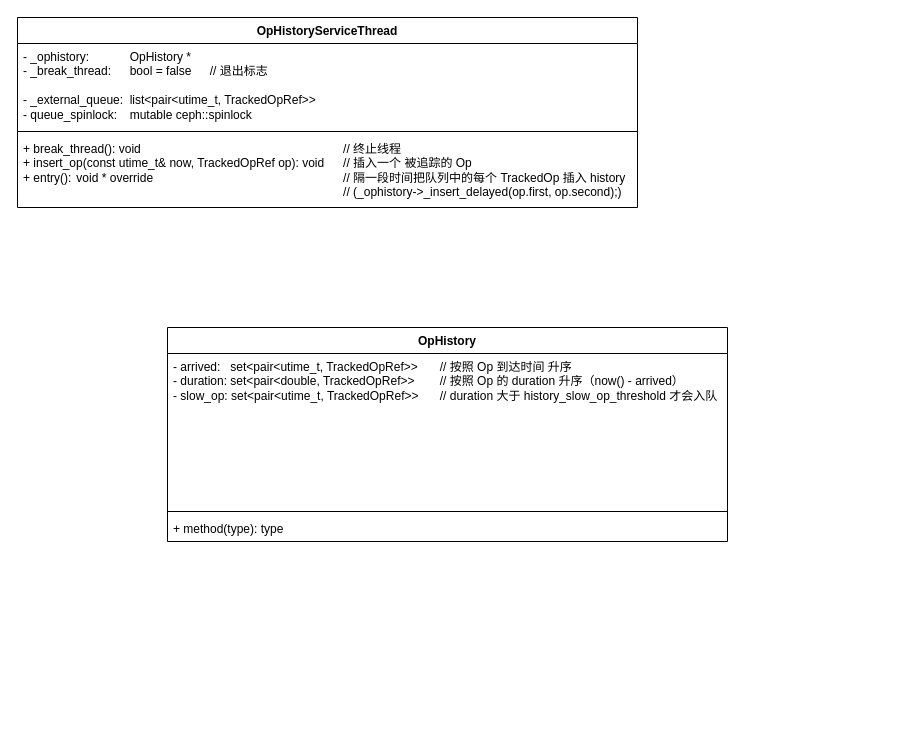
1253757553/drawIO keeps this draw.io diagram as OpTracker.drawio. Above is the earlier version. Source tidied: cells renumbered, new cells numbered last; positions are measured from the earlier drawing's top-left corner, leaving out a move shared by most shapes. Both pictures are drawn from the tidied source at 100%, with x=0, y=0 at pixel (17, 17).
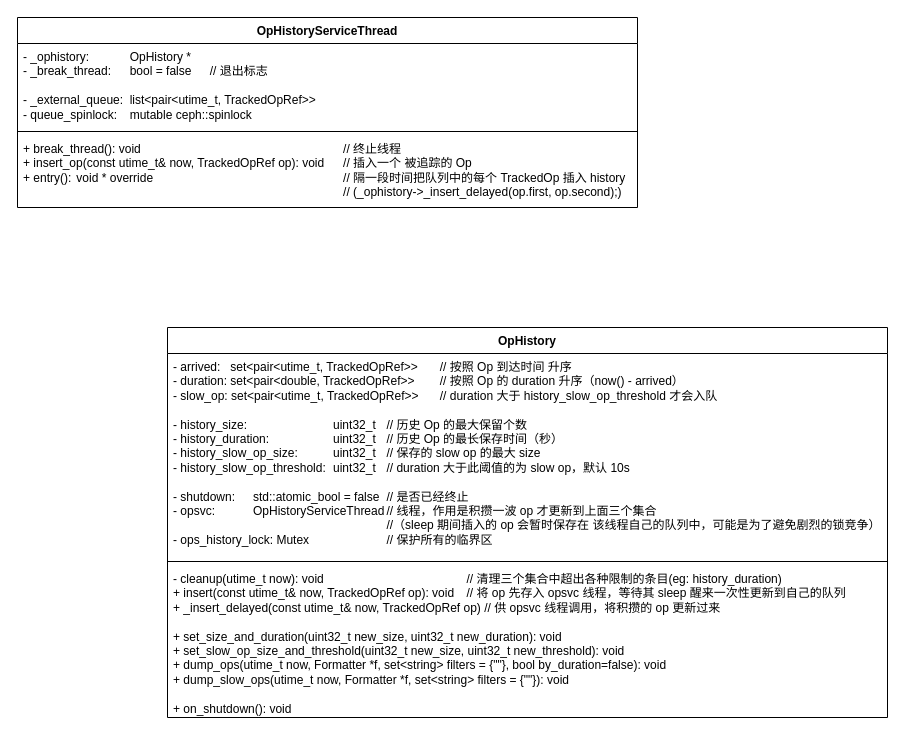
Above is the later version.

The edit, as a diff of the source:
```diff
@@
 <mxGraphModel>
   <root>
     <mxCell id="0" />
     <mxCell id="1" parent="0" />
     <mxCell id="2" value="OpHistoryServiceThread" style="swimlane;fontStyle=1;align=center;verticalAlign=top;horizontal=1;startSize=26;whiteSpace=wrap;html=1;" parent="1" vertex="1">
       <mxGeometry width="620" height="190" as="geometry" />
     </mxCell>
     <mxCell id="3" value="- _ophistory: &lt;span style=&quot;white-space: pre;&quot;&gt;&#9;&lt;/span&gt;&lt;span style=&quot;white-space: pre;&quot;&gt;&#9;&lt;/span&gt;OpHistory *&lt;div&gt;-&amp;nbsp;_break_thread: &lt;span style=&quot;white-space: pre;&quot;&gt;&#9;&lt;/span&gt;bool = false&lt;span style=&quot;white-space: pre;&quot;&gt;&#9;&lt;/span&gt;// 退出标志&lt;/div&gt;&lt;div&gt;&lt;br&gt;&lt;/div&gt;&lt;div&gt;-&amp;nbsp;_external_queue:&amp;nbsp;&lt;span style=&quot;white-space: pre;&quot;&gt;&#9;&lt;/span&gt;list&amp;lt;pair&amp;lt;utime_t, TrackedOpRef&amp;gt;&amp;gt;&lt;/div&gt;&lt;div&gt;-&amp;nbsp;queue_spinlock:&amp;nbsp;&lt;span style=&quot;white-space: pre;&quot;&gt;&#9;&lt;/span&gt;mutable ceph::spinlock&lt;/div&gt;" style="text;strokeColor=none;fillColor=none;align=left;verticalAlign=top;spacingLeft=4;spacingRight=4;overflow=hidden;whiteSpace=wrap;html=1;" parent="2" vertex="1">
       <mxGeometry y="26" width="620" height="84" as="geometry" />
     </mxCell>
     <mxCell id="4" style="line;strokeWidth=1;fillColor=none;align=left;verticalAlign=middle;spacingTop=-1;spacingLeft=3;spacingRight=3;labelPosition=right;strokeColor=inherit;" parent="2" vertex="1">
       <mxGeometry y="110" width="620" height="8" as="geometry" />
     </mxCell>
     <mxCell id="5" value="+ break_thread(): void&lt;span style=&quot;white-space: pre;&quot;&gt;&#9;&lt;span style=&quot;white-space: pre;&quot;&gt;&#9;&lt;/span&gt;&lt;span style=&quot;white-space: pre;&quot;&gt;&#9;&lt;/span&gt;&lt;span style=&quot;white-space: pre;&quot;&gt;&#9;&lt;/span&gt;&lt;span style=&quot;white-space: pre;&quot;&gt;&#9;&lt;/span&gt;&lt;span style=&quot;white-space: pre;&quot;&gt;&#9;&lt;/span&gt;&lt;span style=&quot;white-space: pre;&quot;&gt;&#9;&lt;/span&gt;&lt;span style=&quot;white-space: pre;&quot;&gt;&#9;&lt;/span&gt;&lt;/span&gt;// 终止线程&lt;div&gt;+ insert_op(const utime_t&amp;amp; now, TrackedOpRef op): void&lt;span style=&quot;white-space: pre;&quot;&gt;&#9;&lt;/span&gt;// 插入一个 被追踪的 Op&lt;/div&gt;&lt;div&gt;+&amp;nbsp;entry():&lt;span style=&quot;white-space: pre;&quot;&gt;&#9;&lt;/span&gt;&lt;span style=&quot;background-color: initial;&quot;&gt;void *&amp;nbsp;&lt;/span&gt;&lt;span style=&quot;background-color: initial;&quot;&gt;override&lt;span style=&quot;white-space: pre;&quot;&gt;&#9;&lt;span style=&quot;white-space: pre;&quot;&gt;&#9;&lt;/span&gt;&lt;span style=&quot;white-space: pre;&quot;&gt;&#9;&lt;/span&gt;&lt;span style=&quot;white-space: pre;&quot;&gt;&#9;&lt;/span&gt;&lt;span style=&quot;white-space: pre;&quot;&gt;&#9;&lt;/span&gt;&lt;span style=&quot;white-space: pre;&quot;&gt;&#9;&lt;/span&gt;&lt;span style=&quot;white-space: pre;&quot;&gt;&#9;&lt;/span&gt;&lt;span style=&quot;white-space: pre;&quot;&gt;&#9;&lt;/span&gt;&lt;/span&gt;// 隔一段时间把队列中的每个&amp;nbsp;&lt;/span&gt;&lt;span style=&quot;background-color: initial;&quot;&gt;TrackedOp 插入 history&amp;nbsp;&lt;/span&gt;&lt;/div&gt;&lt;div&gt;&lt;span style=&quot;background-color: initial;&quot;&gt;&lt;span style=&quot;white-space: pre;&quot;&gt;&#9;&lt;/span&gt;&lt;span style=&quot;white-space: pre;&quot;&gt;&#9;&lt;/span&gt;&lt;span style=&quot;white-space: pre;&quot;&gt;&#9;&lt;/span&gt;&lt;span style=&quot;white-space: pre;&quot;&gt;&#9;&lt;/span&gt;&lt;span style=&quot;white-space: pre;&quot;&gt;&#9;&lt;/span&gt;&lt;span style=&quot;white-space: pre;&quot;&gt;&#9;&lt;/span&gt;&lt;span style=&quot;white-space: pre;&quot;&gt;&#9;&lt;/span&gt;&lt;span style=&quot;white-space: pre;&quot;&gt;&#9;&lt;/span&gt;&lt;span style=&quot;white-space: pre;&quot;&gt;&#9;&lt;/span&gt;&lt;span style=&quot;white-space: pre;&quot;&gt;&#9;&lt;/span&gt;&lt;span style=&quot;white-space: pre;&quot;&gt;&#9;&lt;/span&gt;&lt;span style=&quot;white-space: pre;&quot;&gt;&#9;&lt;/span&gt;// (&lt;/span&gt;&lt;span style=&quot;background-color: initial;&quot;&gt;_ophistory-&amp;gt;_insert_delayed(op.first, op.second);)&lt;/span&gt;&lt;/div&gt;" style="text;strokeColor=none;fillColor=none;align=left;verticalAlign=top;spacingLeft=4;spacingRight=4;overflow=hidden;whiteSpace=wrap;html=1;" parent="2" vertex="1">
       <mxGeometry y="118" width="620" height="72" as="geometry" />
     </mxCell>
     <mxCell id="6" value="OpHistory" style="swimlane;fontStyle=1;align=center;verticalAlign=top;horizontal=1;startSize=26;whiteSpace=wrap;html=1;" parent="1" vertex="1">
-      <mxGeometry x="150" y="310" width="560" height="214" as="geometry" />
+      <mxGeometry x="150" y="310" width="720" height="390" as="geometry" />
     </mxCell>
-    <mxCell id="7" value="- arrived:&amp;nbsp; &amp;nbsp;set&amp;lt;pair&amp;lt;utime_t, TrackedOpRef&amp;gt;&amp;gt;&lt;span style=&quot;white-space: pre;&quot;&gt;&#9;&lt;/span&gt;// 按照 Op 到达时间 升序&lt;div&gt;- duration:&amp;nbsp;set&amp;lt;pair&amp;lt;double, TrackedOpRef&amp;gt;&amp;gt;&amp;nbsp;&lt;span style=&quot;white-space: pre;&quot;&gt;&#9;&lt;/span&gt;&lt;span style=&quot;background-color: initial;&quot;&gt;//&amp;nbsp;&lt;/span&gt;&lt;span style=&quot;background-color: initial;&quot;&gt;按&lt;/span&gt;&lt;span style=&quot;background-color: initial;&quot;&gt;照 Op 的 duration&amp;nbsp;&lt;/span&gt;&lt;span style=&quot;background-color: initial;&quot;&gt;升序（now() - arrived）&lt;/span&gt;&lt;/div&gt;&lt;div&gt;&lt;span style=&quot;background-color: initial;&quot;&gt;-&amp;nbsp;&lt;/span&gt;&lt;span style=&quot;background-color: initial;&quot;&gt;slow_op:&amp;nbsp;&lt;/span&gt;&lt;span style=&quot;background-color: initial;&quot;&gt;set&amp;lt;pair&amp;lt;utime_t, TrackedOpRef&amp;gt;&amp;gt;&lt;span style=&quot;white-space: pre;&quot;&gt;&#9;&lt;/span&gt;//&amp;nbsp;&lt;/span&gt;&lt;span style=&quot;background-color: initial;&quot;&gt;duration 大于&amp;nbsp;&lt;/span&gt;&lt;span style=&quot;background-color: initial;&quot;&gt;history_slow_op_threshold 才会入队&lt;/span&gt;&lt;/div&gt;" style="text;strokeColor=none;fillColor=none;align=left;verticalAlign=top;spacingLeft=4;spacingRight=4;overflow=hidden;whiteSpace=wrap;html=1;" parent="6" vertex="1">
-      <mxGeometry y="26" width="560" height="154" as="geometry" />
+    <mxCell id="7" value="- arrived:&amp;nbsp; &amp;nbsp;set&amp;lt;pair&amp;lt;utime_t, TrackedOpRef&amp;gt;&amp;gt;&lt;span style=&quot;white-space: pre;&quot;&gt;&#9;&lt;/span&gt;// 按照 Op 到达时间 升序&lt;div&gt;- duration:&amp;nbsp;set&amp;lt;pair&amp;lt;double, TrackedOpRef&amp;gt;&amp;gt;&amp;nbsp;&lt;span style=&quot;white-space: pre;&quot;&gt;&#9;&lt;/span&gt;&lt;span style=&quot;background-color: initial;&quot;&gt;//&amp;nbsp;&lt;/span&gt;&lt;span style=&quot;background-color: initial;&quot;&gt;按&lt;/span&gt;&lt;span style=&quot;background-color: initial;&quot;&gt;照 Op 的 duration&amp;nbsp;&lt;/span&gt;&lt;span style=&quot;background-color: initial;&quot;&gt;升序（now() - arrived）&lt;/span&gt;&lt;/div&gt;&lt;div&gt;&lt;span style=&quot;background-color: initial;&quot;&gt;-&amp;nbsp;&lt;/span&gt;&lt;span style=&quot;background-color: initial;&quot;&gt;slow_op:&amp;nbsp;&lt;/span&gt;&lt;span style=&quot;background-color: initial;&quot;&gt;set&amp;lt;pair&amp;lt;utime_t, TrackedOpRef&amp;gt;&amp;gt;&lt;span style=&quot;white-space: pre;&quot;&gt;&#9;&lt;/span&gt;//&amp;nbsp;&lt;/span&gt;&lt;span style=&quot;background-color: initial;&quot;&gt;duration 大于&amp;nbsp;&lt;/span&gt;&lt;span style=&quot;background-color: initial;&quot;&gt;history_slow_op_threshold 才会入队&lt;/span&gt;&lt;/div&gt;&lt;div&gt;&lt;span style=&quot;background-color: initial;&quot;&gt;&lt;br&gt;&lt;/span&gt;&lt;/div&gt;&lt;div&gt;&lt;span style=&quot;background-color: initial;&quot;&gt;-&amp;nbsp;&lt;/span&gt;&lt;span style=&quot;background-color: initial;&quot;&gt;history_size:&lt;span style=&quot;white-space: pre;&quot;&gt;&#9;&lt;span style=&quot;white-space: pre;&quot;&gt;&#9;&lt;/span&gt;&lt;span style=&quot;white-space: pre;&quot;&gt;&#9;&lt;/span&gt;&lt;span style=&quot;white-space: pre;&quot;&gt;&#9;&lt;/span&gt;&lt;/span&gt;&lt;/span&gt;&lt;span style=&quot;background-color: initial;&quot;&gt;uint32_t&lt;span style=&quot;white-space: pre;&quot;&gt;&#9;&lt;/span&gt;&lt;/span&gt;&lt;span style=&quot;background-color: initial;&quot;&gt;// 历史 Op 的最大保留个数&lt;/span&gt;&lt;/div&gt;&lt;div&gt;&lt;span style=&quot;background-color: initial;&quot;&gt;-&amp;nbsp;&lt;/span&gt;&lt;span style=&quot;background-color: initial;&quot;&gt;history_duration:&amp;nbsp;&lt;span style=&quot;white-space: pre;&quot;&gt;&#9;&lt;/span&gt;&lt;span style=&quot;white-space: pre;&quot;&gt;&#9;&lt;/span&gt;&lt;span style=&quot;white-space: pre;&quot;&gt;&#9;&lt;/span&gt;&lt;/span&gt;&lt;span style=&quot;background-color: initial;&quot;&gt;uint32_t&lt;span style=&quot;white-space: pre;&quot;&gt;&#9;&lt;/span&gt;&lt;/span&gt;&lt;span style=&quot;background-color: initial;&quot;&gt;// 历史 Op 的最长保存时间（秒）&lt;/span&gt;&lt;/div&gt;&lt;div&gt;&lt;span style=&quot;background-color: initial;&quot;&gt;-&amp;nbsp;&lt;/span&gt;&lt;span style=&quot;background-color: initial;&quot;&gt;history_slow_op_size:&amp;nbsp;&lt;span style=&quot;white-space: pre;&quot;&gt;&#9;&lt;/span&gt;&lt;span style=&quot;white-space: pre;&quot;&gt;&#9;&lt;/span&gt;&lt;/span&gt;&lt;span style=&quot;background-color: initial;&quot;&gt;uint32_t&lt;span style=&quot;white-space: pre;&quot;&gt;&#9;&lt;/span&gt;&lt;/span&gt;&lt;span style=&quot;background-color: initial;&quot;&gt;// 保存的 slow op 的最大 size&lt;/span&gt;&lt;/div&gt;&lt;div&gt;&lt;span style=&quot;background-color: initial;&quot;&gt;-&amp;nbsp;&lt;/span&gt;&lt;span style=&quot;background-color: initial;&quot;&gt;history_slow_op_threshold:&amp;nbsp;&lt;span style=&quot;white-space: pre;&quot;&gt;&#9;&lt;/span&gt;&lt;/span&gt;&lt;span style=&quot;background-color: initial;&quot;&gt;uint32_t&lt;span style=&quot;white-space: pre;&quot;&gt;&#9;&lt;/span&gt;&lt;/span&gt;&lt;span style=&quot;background-color: initial;&quot;&gt;// duration 大于此阈值的为 slow op，默认 10s&lt;/span&gt;&lt;/div&gt;&lt;div&gt;&lt;span style=&quot;background-color: initial;&quot;&gt;&lt;br&gt;&lt;/span&gt;&lt;/div&gt;&lt;div&gt;&lt;span style=&quot;background-color: initial;&quot;&gt;-&amp;nbsp;&lt;/span&gt;&lt;span style=&quot;background-color: initial;&quot;&gt;shutdown:&amp;nbsp;&lt;span style=&quot;white-space: pre;&quot;&gt;&#9;&lt;/span&gt;&lt;/span&gt;&lt;span style=&quot;background-color: initial;&quot;&gt;std::atomic_bool = false&lt;span style=&quot;white-space: pre;&quot;&gt;&#9;&lt;/span&gt;// 是否已经终止&lt;/span&gt;&lt;/div&gt;&lt;div&gt;&lt;span style=&quot;background-color: initial;&quot;&gt;-&amp;nbsp;&lt;/span&gt;&lt;span style=&quot;background-color: initial;&quot;&gt;opsvc:&lt;span style=&quot;white-space: pre;&quot;&gt;&#9;&lt;/span&gt;&lt;span style=&quot;white-space: pre;&quot;&gt;&#9;&lt;/span&gt;&lt;/span&gt;&lt;span style=&quot;background-color: initial;&quot;&gt;OpHistoryServiceThread&lt;span style=&quot;white-space: pre;&quot;&gt;&#9;&lt;/span&gt;// 线程，作用是积攒一波 op 才更新到上面三个集合&lt;/span&gt;&lt;/div&gt;&lt;div&gt;&lt;span style=&quot;background-color: initial;&quot;&gt;&lt;span style=&quot;white-space: pre;&quot;&gt;&#9;&lt;span style=&quot;white-space: pre;&quot;&gt;&#9;&lt;/span&gt;&lt;span style=&quot;white-space: pre;&quot;&gt;&#9;&lt;/span&gt;&lt;span style=&quot;white-space: pre;&quot;&gt;&#9;&lt;/span&gt;&lt;span style=&quot;white-space: pre;&quot;&gt;&#9;&lt;/span&gt;&lt;span style=&quot;white-space: pre;&quot;&gt;&#9;&lt;/span&gt;&lt;span style=&quot;white-space: pre;&quot;&gt;&#9;&lt;/span&gt;&lt;span style=&quot;white-space: pre;&quot;&gt;&#9;&lt;/span&gt;/&lt;/span&gt;/（sleep 期间插入的 op 会暂时保存在 该线程自己的队列中，可能是为了避免剧烈的锁竞争）&lt;/span&gt;&lt;/div&gt;&lt;div&gt;&lt;span style=&quot;background-color: initial;&quot;&gt;-&amp;nbsp;&lt;/span&gt;&lt;span style=&quot;background-color: initial;&quot;&gt;ops_history_lock:&amp;nbsp;&lt;/span&gt;&lt;span style=&quot;background-color: initial;&quot;&gt;Mutex&lt;span style=&quot;white-space: pre;&quot;&gt;&#9;&lt;/span&gt;&lt;span style=&quot;white-space: pre;&quot;&gt;&#9;&lt;/span&gt;&lt;span style=&quot;white-space: pre;&quot;&gt;&#9;&lt;/span&gt;// 保护所有的临界区&lt;/span&gt;&lt;/div&gt;&lt;div&gt;&lt;span style=&quot;background-color: initial;&quot;&gt;&lt;br&gt;&lt;/span&gt;&lt;/div&gt;" style="text;strokeColor=none;fillColor=none;align=left;verticalAlign=top;spacingLeft=4;spacingRight=4;overflow=hidden;whiteSpace=wrap;html=1;" parent="6" vertex="1">
+      <mxGeometry y="26" width="720" height="204" as="geometry" />
     </mxCell>
     <mxCell id="8" style="line;strokeWidth=1;fillColor=none;align=left;verticalAlign=middle;spacingTop=-1;spacingLeft=3;spacingRight=3;labelPosition=right;strokeColor=inherit;" parent="6" vertex="1">
-      <mxGeometry y="180" width="560" height="8" as="geometry" />
+      <mxGeometry y="230" width="720" height="8" as="geometry" />
     </mxCell>
-    <mxCell id="9" value="+ method(type): type" style="text;strokeColor=none;fillColor=none;align=left;verticalAlign=top;spacingLeft=4;spacingRight=4;overflow=hidden;whiteSpace=wrap;html=1;" parent="6" vertex="1">
-      <mxGeometry y="188" width="560" height="26" as="geometry" />
+    <mxCell id="9" value="- cleanup(utime_t now): void&lt;span style=&quot;white-space: pre;&quot;&gt;&#9;&lt;/span&gt;&lt;span style=&quot;white-space: pre;&quot;&gt;&#9;&lt;/span&gt;&lt;span style=&quot;white-space: pre;&quot;&gt;&#9;&lt;/span&gt;&lt;span style=&quot;white-space: pre;&quot;&gt;&#9;&lt;/span&gt;&lt;span style=&quot;white-space: pre;&quot;&gt;&#9;&lt;span style=&quot;white-space: pre;&quot;&gt;&#9;&lt;/span&gt;&lt;/span&gt;// 清理三个集合中超出各种限制的条目(eg: history_duration)&lt;div&gt;+ insert(const utime_t&amp;amp; now, TrackedOpRef op): void&lt;span style=&quot;white-space: pre;&quot;&gt;&#9;&lt;/span&gt;// 将 op 先存入&amp;nbsp;&lt;span style=&quot;background-color: initial;&quot;&gt;opsvc 线程，等待其 sleep 醒来一次性更新到自己的队列&lt;/span&gt;&lt;/div&gt;&lt;div&gt;&lt;span style=&quot;background-color: initial;&quot;&gt;+&amp;nbsp;&lt;/span&gt;&lt;span style=&quot;background-color: initial;&quot;&gt;_insert_delayed(const utime_t&amp;amp; now, TrackedOpRef op) // 供&amp;nbsp;&lt;/span&gt;&lt;span style=&quot;background-color: initial;&quot;&gt;opsvc 线程调用，将积攒的 op 更新过来&lt;/span&gt;&lt;/div&gt;&lt;div&gt;&lt;span style=&quot;background-color: initial;&quot;&gt;&lt;br&gt;&lt;/span&gt;&lt;/div&gt;&lt;div&gt;&lt;span style=&quot;background-color: initial;&quot;&gt;+&amp;nbsp;&lt;/span&gt;&lt;span style=&quot;background-color: initial;&quot;&gt;set_size_and_duration(uint32_t new_size, uint32_t new_duration): void&lt;/span&gt;&lt;/div&gt;&lt;div&gt;&lt;span style=&quot;background-color: initial;&quot;&gt;+&amp;nbsp;&lt;/span&gt;&lt;span style=&quot;background-color: initial;&quot;&gt;set_slow_op_size_and_threshold(uint32_t new_size, uint32_t new_threshold): void&lt;/span&gt;&lt;/div&gt;&lt;div&gt;&lt;span style=&quot;background-color: initial;&quot;&gt;+&amp;nbsp;&lt;/span&gt;&lt;span style=&quot;background-color: initial;&quot;&gt;dump_ops(utime_t now, Formatter *f, set&amp;lt;string&amp;gt; filters = {&quot;&quot;}, bool by_duration=false): void&lt;/span&gt;&lt;/div&gt;&lt;div&gt;&lt;span style=&quot;background-color: initial;&quot;&gt;+&amp;nbsp;&lt;/span&gt;&lt;span style=&quot;background-color: initial;&quot;&gt;dump_slow_ops(utime_t now, Formatter *f, set&amp;lt;string&amp;gt; filters = {&quot;&quot;}): void&lt;/span&gt;&lt;/div&gt;&lt;div&gt;&lt;span style=&quot;background-color: initial;&quot;&gt;&lt;br&gt;&lt;/span&gt;&lt;/div&gt;&lt;div&gt;&lt;span style=&quot;background-color: initial;&quot;&gt;+&amp;nbsp;&lt;/span&gt;&lt;span style=&quot;background-color: initial;&quot;&gt;on_shutdown(): void&lt;/span&gt;&lt;/div&gt;" style="text;strokeColor=none;fillColor=none;align=left;verticalAlign=top;spacingLeft=4;spacingRight=4;overflow=hidden;whiteSpace=wrap;html=1;" parent="6" vertex="1">
+      <mxGeometry y="238" width="720" height="152" as="geometry" />
     </mxCell>
   </root>
 </mxGraphModel>
```
